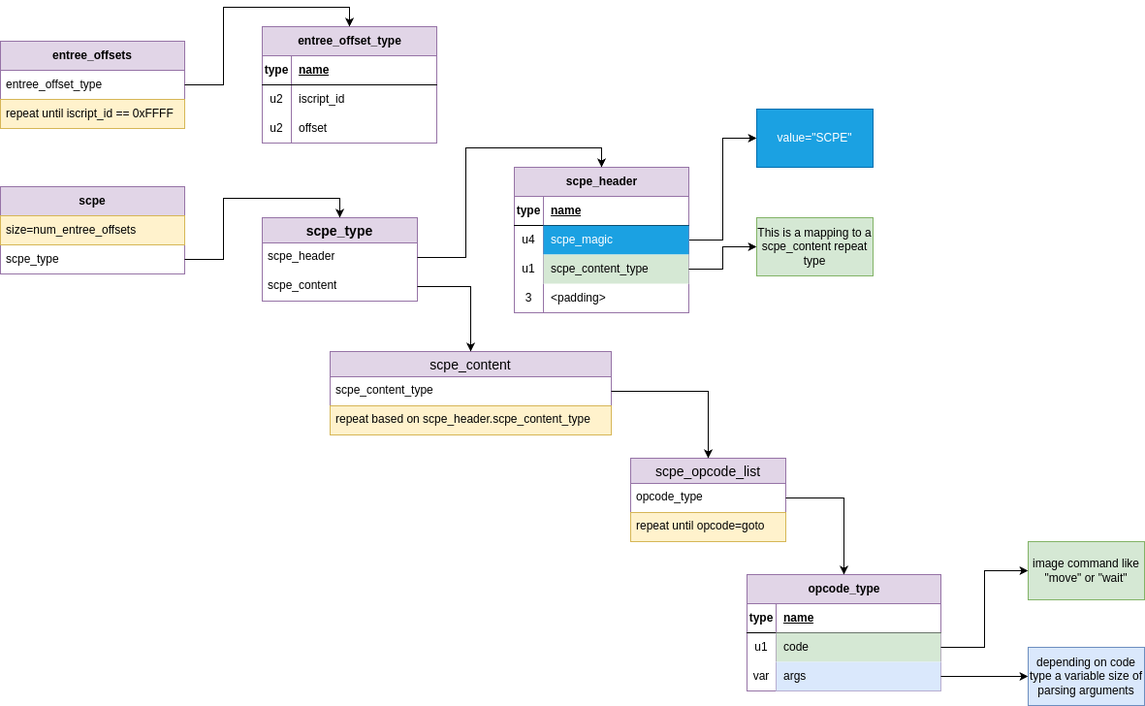
Earlier version of the draw.io export doc/iscript_bin.drawio.png (andreas-volz/stargus). Source tidied: cells renumbered, new cells last; positions are measured from the earlier drawing's top-left corner, leaving out a move shared by most shapes.
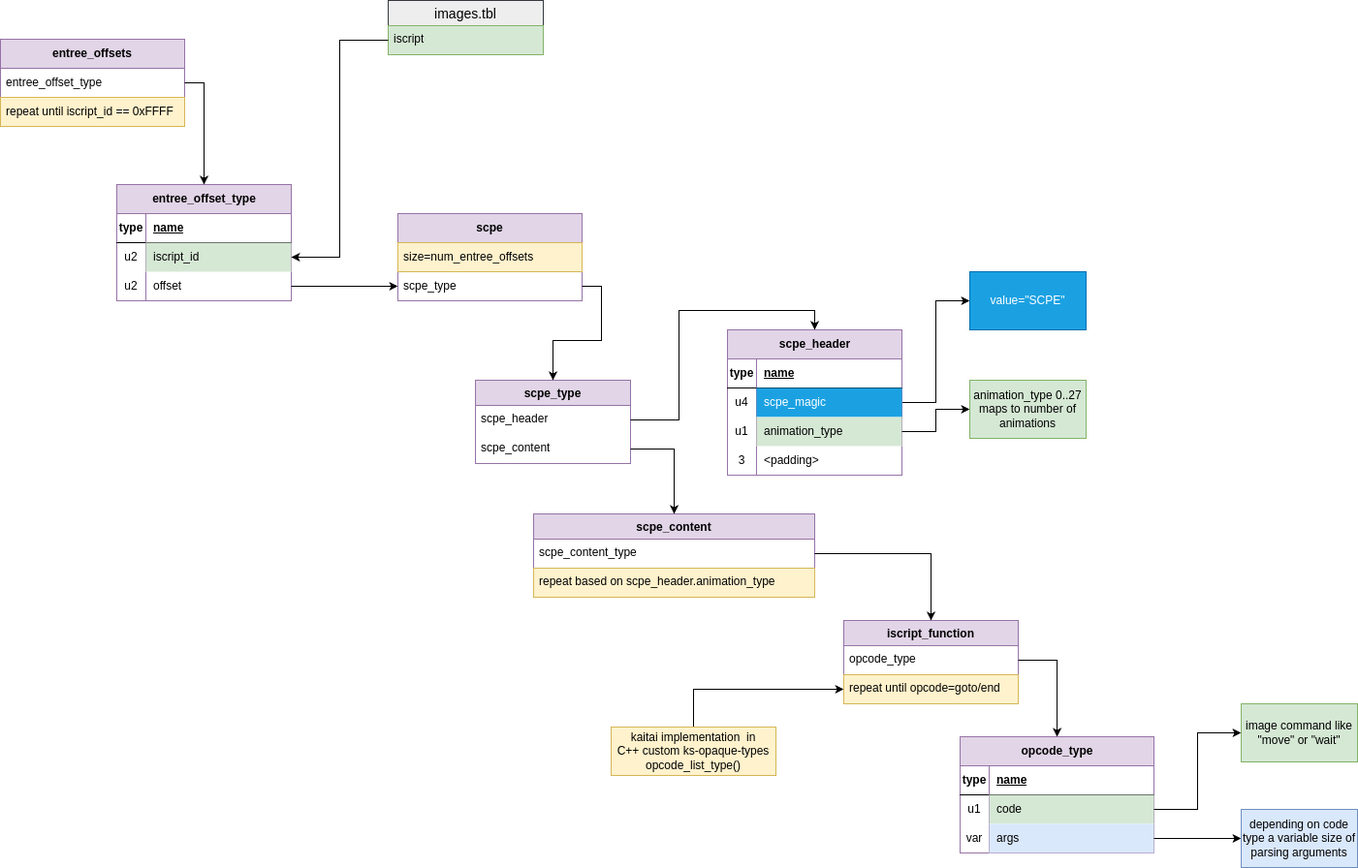
The same diagram one commit later.

The edit, as a diff of the source:
```diff
@@ -3,7 +3,7 @@
     <mxCell id="0" />
     <mxCell id="1" parent="0" />
     <mxCell id="2" value="&lt;b&gt;entree_offsets&lt;/b&gt;" style="swimlane;fontStyle=0;horizontal=1;startSize=30;whiteSpace=wrap;html=1;fillColor=#e1d5e7;strokeColor=#9673a6;" parent="1" vertex="1">
-      <mxGeometry y="15" width="190" height="90" as="geometry" />
+      <mxGeometry x="-220" y="-155" width="190" height="90" as="geometry" />
     </mxCell>
     <mxCell id="3" value="&lt;span style=&quot;text-align: center; text-wrap: nowrap;&quot;&gt;entree_offset_type&lt;/span&gt;" style="text;strokeColor=none;fillColor=none;align=left;verticalAlign=middle;spacingLeft=4;spacingRight=4;overflow=hidden;points=[[0,0.5],[1,0.5]];portConstraint=eastwest;whiteSpace=wrap;html=1;" parent="2" vertex="1">
       <mxGeometry y="30" width="190" height="30" as="geometry" />
@@ -12,7 +12,7 @@
       <mxGeometry y="60" width="190" height="30" as="geometry" />
     </mxCell>
     <mxCell id="5" value="entree_offset_type" style="shape=table;startSize=30;rowLines=0;fontStyle=1;align=center;html=1;fillColor=#e1d5e7;strokeColor=#9673a6;" parent="1" vertex="1">
-      <mxGeometry x="270" width="180" height="120" as="geometry" />
+      <mxGeometry x="-100" y="-5" width="180" height="120" as="geometry" />
     </mxCell>
     <mxCell id="6" style="shape=tableRow;horizontal=0;startSize=0;swimlaneHead=0;swimlaneBody=0;fillColor=none;top=0;left=0;right=0;bottom=1;" parent="5" vertex="1">
       <mxGeometry y="30" width="180" height="30" as="geometry" />
@@ -29,7 +29,7 @@
     <mxCell id="10" value="u2" style="shape=partialRectangle;fillColor=none;top=0;left=0;bottom=0;right=0;overflow=hidden;whiteSpace=wrap;html=1;" parent="9" vertex="1">
       <mxGeometry width="30" height="30" as="geometry" />
     </mxCell>
-    <mxCell id="11" value="iscript_id" style="shape=partialRectangle;fillColor=none;top=0;left=0;bottom=0;right=0;align=left;spacingLeft=6;overflow=hidden;whiteSpace=wrap;html=1;" parent="9" vertex="1">
+    <mxCell id="11" value="iscript_id" style="shape=partialRectangle;fillColor=#d5e8d4;top=0;left=0;bottom=0;right=0;align=left;spacingLeft=6;overflow=hidden;whiteSpace=wrap;html=1;strokeColor=#82b366;" parent="9" vertex="1">
       <mxGeometry x="30" width="150" height="30" as="geometry" />
     </mxCell>
     <mxCell id="12" style="shape=tableRow;horizontal=0;startSize=0;swimlaneHead=0;swimlaneBody=0;fillColor=none;points=[[0,0.5],[1,0.5]];portConstraint=eastwest;top=0;left=0;right=0;bottom=0;" parent="5" vertex="1">
@@ -45,7 +45,7 @@
       <mxGeometry relative="1" as="geometry" />
     </mxCell>
     <mxCell id="16" value="&lt;b&gt;scpe&lt;/b&gt;" style="swimlane;fontStyle=0;horizontal=1;startSize=30;whiteSpace=wrap;html=1;fillColor=#e1d5e7;strokeColor=#9673a6;" parent="1" vertex="1">
-      <mxGeometry y="165" width="190" height="90" as="geometry" />
+      <mxGeometry x="190" y="25" width="190" height="90" as="geometry" />
     </mxCell>
     <mxCell id="17" value="size=num_entree_offsets" style="text;strokeColor=#d6b656;fillColor=#fff2cc;align=left;verticalAlign=middle;spacingLeft=4;spacingRight=4;overflow=hidden;whiteSpace=wrap;html=1;" parent="16" vertex="1">
       <mxGeometry y="30" width="190" height="30" as="geometry" />
@@ -83,7 +83,7 @@
     <mxCell id="28" value="u1" style="shape=partialRectangle;fillColor=none;top=0;left=0;bottom=0;right=0;overflow=hidden;whiteSpace=wrap;html=1;" parent="27" vertex="1">
       <mxGeometry width="30" height="30" as="geometry" />
     </mxCell>
-    <mxCell id="29" value="scpe_content_type" style="shape=partialRectangle;fillColor=#d5e8d4;top=0;left=0;bottom=0;right=0;align=left;spacingLeft=6;overflow=hidden;whiteSpace=wrap;html=1;strokeColor=#82b366;" parent="27" vertex="1">
+    <mxCell id="29" value="animation_type" style="shape=partialRectangle;fillColor=#d5e8d4;top=0;left=0;bottom=0;right=0;align=left;spacingLeft=6;overflow=hidden;whiteSpace=wrap;html=1;strokeColor=#82b366;" parent="27" vertex="1">
       <mxGeometry x="30" width="150" height="30" as="geometry" />
     </mxCell>
     <mxCell id="30" style="shape=tableRow;horizontal=0;startSize=0;swimlaneHead=0;swimlaneBody=0;fillColor=none;top=0;left=0;right=0;bottom=0;" parent="20" vertex="1">
@@ -95,7 +95,7 @@
     <mxCell id="32" value="&amp;lt;padding&amp;gt;" style="shape=partialRectangle;fillColor=none;top=0;left=0;bottom=0;right=0;align=left;spacingLeft=6;overflow=hidden;whiteSpace=wrap;html=1;" parent="30" vertex="1">
       <mxGeometry x="30" width="150" height="30" as="geometry" />
     </mxCell>
-    <mxCell id="33" value="scpe_type" style="swimlane;fontStyle=1;horizontal=1;startSize=26;align=center;fontSize=14;fillColor=#e1d5e7;strokeColor=#9673a6;" parent="1" vertex="1">
+    <mxCell id="33" value="scpe_type" style="swimlane;fontStyle=1;horizontal=1;startSize=26;align=center;fontSize=12;fillColor=#e1d5e7;strokeColor=#9673a6;" parent="1" vertex="1">
       <mxGeometry x="270" y="197" width="160" height="86" as="geometry" />
     </mxCell>
     <mxCell id="34" value="scpe_header" style="text;strokeColor=none;fillColor=none;spacingLeft=4;spacingRight=4;overflow=hidden;points=[[0,0.5],[1,0.5]];portConstraint=eastwest;fontSize=12;whiteSpace=wrap;html=1;" parent="33" vertex="1">
@@ -110,32 +110,32 @@
     <mxCell id="37" style="edgeStyle=orthogonalEdgeStyle;rounded=0;jettySize=auto;html=1;entryX=0.5;entryY=0;entryDx=0;entryDy=0;" parent="1" edge="1" source="34" target="20">
       <mxGeometry relative="1" as="geometry" />
     </mxCell>
-    <mxCell id="38" value="scpe_content" style="swimlane;fontStyle=0;horizontal=1;startSize=26;align=center;fontSize=14;fillColor=#e1d5e7;strokeColor=#9673a6;" parent="1" vertex="1">
-      <mxGeometry x="340" y="335" width="290" height="86" as="geometry" />
+    <mxCell id="38" value="scpe_content" style="swimlane;fontStyle=1;horizontal=1;startSize=26;align=center;fontSize=12;fillColor=#e1d5e7;strokeColor=#9673a6;" parent="1" vertex="1">
+      <mxGeometry x="330" y="335" width="290" height="86" as="geometry" />
     </mxCell>
     <mxCell id="39" value="scpe_content_type" style="text;strokeColor=none;fillColor=none;spacingLeft=4;spacingRight=4;overflow=hidden;points=[[0,0.5],[1,0.5]];portConstraint=eastwest;fontSize=12;whiteSpace=wrap;html=1;" parent="38" vertex="1">
       <mxGeometry y="26" width="290" height="30" as="geometry" />
     </mxCell>
-    <mxCell id="40" value="repeat based on&amp;nbsp;&lt;span style=&quot;text-align: center; text-wrap: nowrap;&quot;&gt;scpe_header.&lt;/span&gt;scpe_content_type" style="text;strokeColor=#d6b656;fillColor=#fff2cc;spacingLeft=4;spacingRight=4;overflow=hidden;fontSize=12;whiteSpace=wrap;html=1;" parent="38" vertex="1">
+    <mxCell id="40" value="repeat based on&amp;nbsp;&lt;span style=&quot;text-align: center; text-wrap: nowrap;&quot;&gt;scpe_header.&lt;/span&gt;animation_type" style="text;strokeColor=#d6b656;fillColor=#fff2cc;spacingLeft=4;spacingRight=4;overflow=hidden;fontSize=12;whiteSpace=wrap;html=1;" parent="38" vertex="1">
       <mxGeometry y="56" width="290" height="30" as="geometry" />
     </mxCell>
     <mxCell id="41" style="edgeStyle=orthogonalEdgeStyle;rounded=0;jettySize=auto;html=1;" parent="1" edge="1" source="35" target="38">
       <mxGeometry relative="1" as="geometry" />
     </mxCell>
-    <mxCell id="42" value="This is a mapping to a scpe_content repeat type" style="rounded=0;whiteSpace=wrap;html=1;fillColor=#d5e8d4;strokeColor=#82b366;" parent="1" vertex="1">
+    <mxCell id="42" value="animation_type 0..27 maps to number of animations" style="rounded=0;whiteSpace=wrap;html=1;fillColor=#d5e8d4;strokeColor=#82b366;" parent="1" vertex="1">
       <mxGeometry x="780" y="197" width="120" height="60" as="geometry" />
     </mxCell>
     <mxCell id="43" style="edgeStyle=orthogonalEdgeStyle;rounded=0;jettySize=auto;html=1;entryX=0;entryY=0.5;entryDx=0;entryDy=0;" parent="1" edge="1" source="27" target="42">
       <mxGeometry relative="1" as="geometry" />
     </mxCell>
-    <mxCell id="44" value="scpe_opcode_list" style="swimlane;fontStyle=0;horizontal=1;startSize=26;align=center;fontSize=14;fillColor=#e1d5e7;strokeColor=#9673a6;" parent="1" vertex="1">
-      <mxGeometry x="650" y="445" width="160" height="86" as="geometry" />
+    <mxCell id="44" value="iscript_function" style="swimlane;fontStyle=1;horizontal=1;startSize=26;align=center;fontSize=12;fillColor=#e1d5e7;strokeColor=#9673a6;" parent="1" vertex="1">
+      <mxGeometry x="650" y="445" width="180" height="86" as="geometry" />
     </mxCell>
     <mxCell id="45" value="opcode_type" style="text;strokeColor=none;fillColor=none;spacingLeft=4;spacingRight=4;overflow=hidden;points=[[0,0.5],[1,0.5]];portConstraint=eastwest;fontSize=12;whiteSpace=wrap;html=1;" parent="44" vertex="1">
-      <mxGeometry y="26" width="160" height="30" as="geometry" />
+      <mxGeometry y="26" width="180" height="30" as="geometry" />
     </mxCell>
-    <mxCell id="46" value="repeat until opcode=goto" style="text;strokeColor=#d6b656;fillColor=#fff2cc;spacingLeft=4;spacingRight=4;overflow=hidden;points=[[0,0.5],[1,0.5]];portConstraint=eastwest;fontSize=12;whiteSpace=wrap;html=1;" parent="44" vertex="1">
-      <mxGeometry y="56" width="160" height="30" as="geometry" />
+    <mxCell id="46" value="repeat until opcode=goto/end" style="text;strokeColor=#d6b656;fillColor=#fff2cc;spacingLeft=4;spacingRight=4;overflow=hidden;points=[[0,0.5],[1,0.5]];portConstraint=eastwest;fontSize=12;whiteSpace=wrap;html=1;" parent="44" vertex="1">
+      <mxGeometry y="56" width="180" height="30" as="geometry" />
     </mxCell>
     <mxCell id="47" style="edgeStyle=orthogonalEdgeStyle;rounded=0;jettySize=auto;html=1;entryX=0.5;entryY=0;entryDx=0;entryDy=0;" parent="1" edge="1" source="39" target="44">
       <mxGeometry relative="1" as="geometry" />
@@ -188,5 +188,23 @@
     <mxCell id="63" style="edgeStyle=orthogonalEdgeStyle;rounded=0;jettySize=auto;html=1;" parent="1" edge="1" source="55" target="62">
       <mxGeometry relative="1" as="geometry" />
     </mxCell>
+    <mxCell id="64" value="images.tbl" style="swimlane;fontStyle=0;horizontal=1;startSize=26;align=center;fontSize=14;fillColor=#eeeeee;strokeColor=#36393d;" parent="1" vertex="1">
+      <mxGeometry x="180" y="-195" width="160" height="56" as="geometry" />
+    </mxCell>
+    <mxCell id="65" value="iscript" style="text;strokeColor=#82b366;fillColor=#d5e8d4;spacingLeft=4;spacingRight=4;overflow=hidden;points=[[0,0.5],[1,0.5]];portConstraint=eastwest;fontSize=12;whiteSpace=wrap;html=1;" parent="64" vertex="1">
+      <mxGeometry y="26" width="160" height="30" as="geometry" />
+    </mxCell>
+    <mxCell id="66" style="edgeStyle=orthogonalEdgeStyle;rounded=0;jettySize=auto;html=1;exitX=0;exitY=0.5;exitDx=0;exitDy=0;entryX=1;entryY=0.5;entryDx=0;entryDy=0;" parent="1" edge="1" source="65" target="9">
+      <mxGeometry relative="1" as="geometry" />
+    </mxCell>
+    <mxCell id="67" style="edgeStyle=orthogonalEdgeStyle;rounded=0;jettySize=auto;html=1;entryX=0;entryY=0.5;entryDx=0;entryDy=0;" parent="1" edge="1" source="12" target="18">
+      <mxGeometry relative="1" as="geometry" />
+    </mxCell>
+    <mxCell id="68" style="edgeStyle=orthogonalEdgeStyle;rounded=0;jettySize=auto;html=1;entryX=0;entryY=0.5;entryDx=0;entryDy=0;" parent="1" edge="1" source="69" target="46">
+      <mxGeometry relative="1" as="geometry" />
+    </mxCell>
+    <mxCell id="69" value="kaitai implementation&amp;nbsp; in C++&amp;nbsp;custom ks-opaque-types opcode_list_type()" style="rounded=0;whiteSpace=wrap;html=1;fillColor=#fff2cc;strokeColor=#d6b656;" parent="1" vertex="1">
+      <mxGeometry x="410" y="555" width="170" height="50" as="geometry" />
+    </mxCell>
   </root>
 </mxGraphModel>
```
